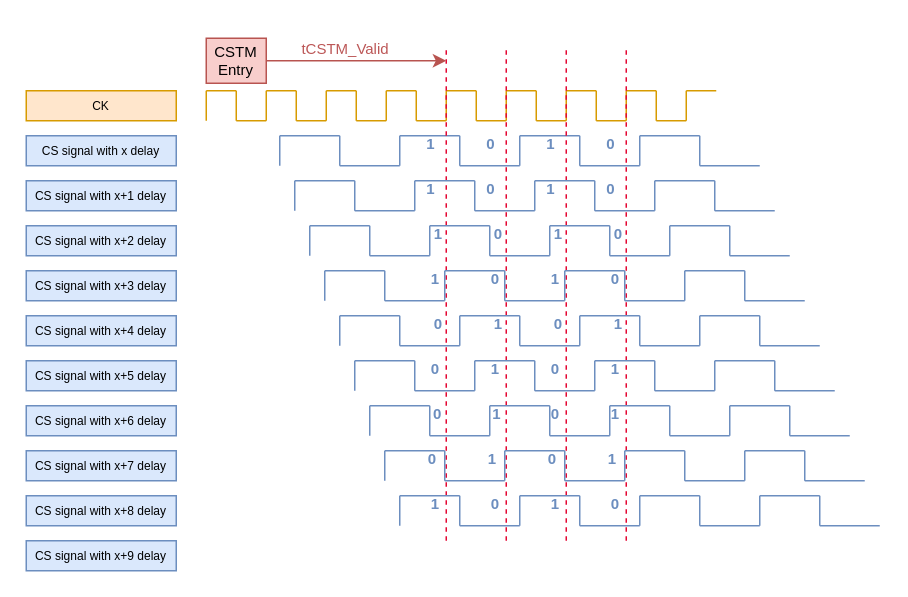
The draw.io diagram docs/images/commandbustraining/catmsignals.drawio in shingaridavesh/memoryandarchitecture, before the edit. Source tidied: cells renumbered, new cells numbered last; positions are measured from the earlier drawing's top-left corner, leaving out a move shared by most shapes. Both pictures are drawn from the tidied source at 150%, with x=0, y=0 at pixel (26, 26).
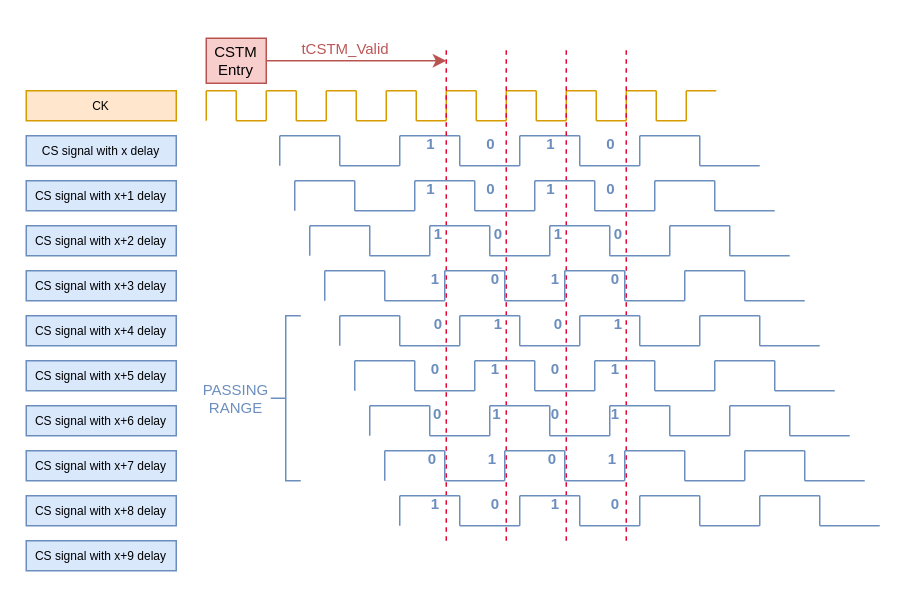
Above is the later version.

Diff of the diagram source:
```diff
@@
+    <mxCell id="234" style="strokeWidth=1;html=1;shape=mxgraph.flowchart.annotation_2;align=left;labelPosition=right;strokeColor=#6c8ebf;" parent="1" vertex="1">
+      <mxGeometry x="163" y="193" width="20" height="110" as="geometry" />
+    </mxCell>
+    <mxCell id="235" value="PASSING&lt;div&gt;RANGE&lt;/div&gt;" style="text;html=1;align=center;verticalAlign=middle;whiteSpace=wrap;rounded=0;fontSize=10;fontColor=#6c8ebf;" parent="1" vertex="1">
+      <mxGeometry x="110" y="233" width="60" height="30" as="geometry" />
+    </mxCell>
```
